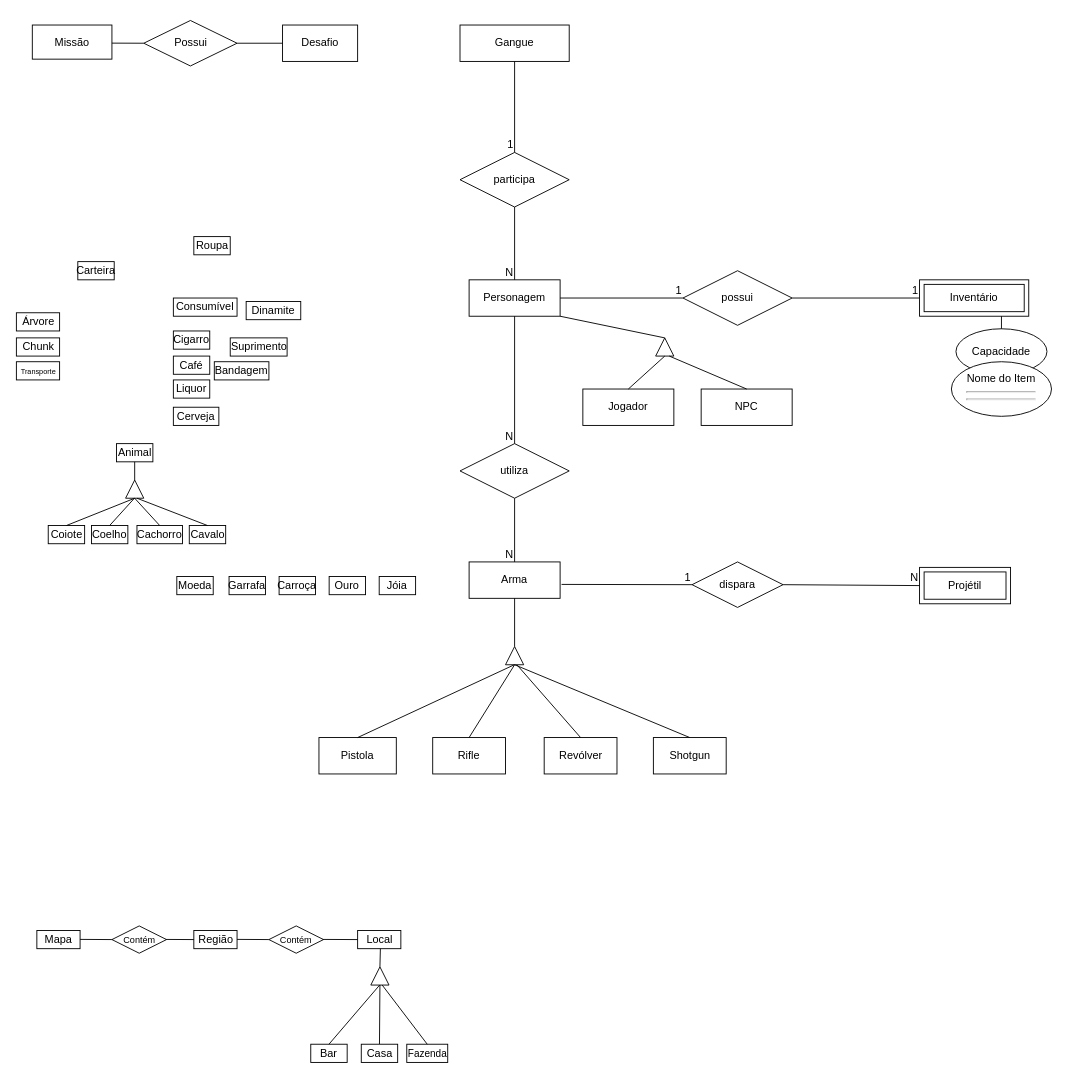
Before: assets/img/Untitled Diagram.drawio in SBD1/2024.1-Red_Dead_Redemption2, a draw.io diagram. Source tidied: cells renumbered, new cells numbered last; positions are measured from the earlier drawing's top-left corner, leaving out a move shared by most shapes. Both pictures are drawn from the tidied source at 91%, with x=0, y=0 at pixel (16, 20).
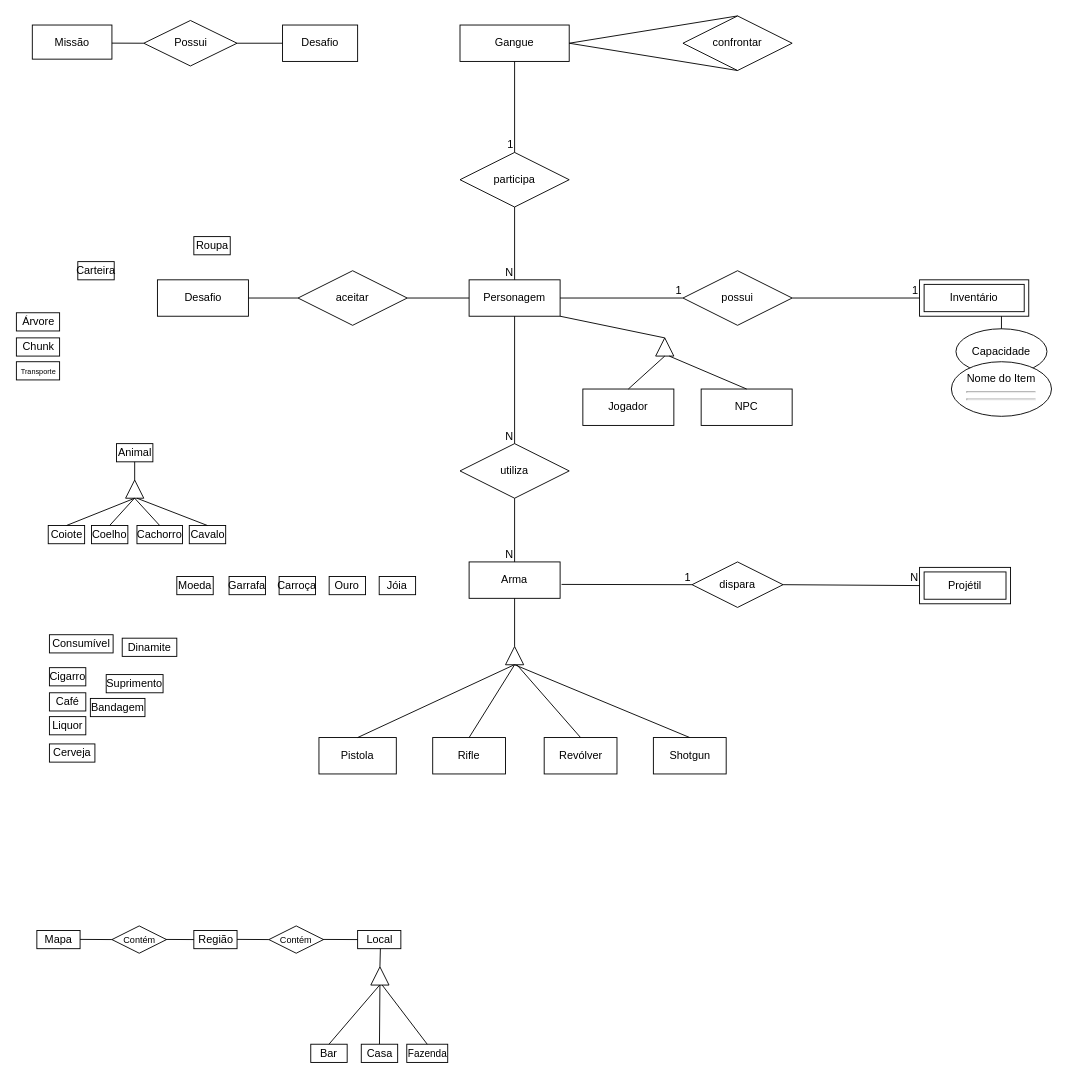
The same diagram, later.

Unchanged cells that the change refers to:
```xml
<mxCell id="27" value="Personagem" style="whiteSpace=wrap;html=1;align=center;" parent="1" vertex="1">
  <mxGeometry x="497" y="285" width="100" height="40" as="geometry" />
</mxCell>
<mxCell id="39" value="Gangue" style="whiteSpace=wrap;html=1;align=center;" parent="1" vertex="1">
  <mxGeometry x="487" y="5" width="120" height="40" as="geometry" />
</mxCell>
```

What changed in the source:
```diff
@@
     <mxCell id="6" value="Bandagem" style="whiteSpace=wrap;html=1;" parent="1" vertex="1">
-      <mxGeometry x="217" y="375" width="60" height="20" as="geometry" />
+      <mxGeometry x="80.8" y="745" width="60" height="20" as="geometry" />
     </mxCell>
@@
     <mxCell id="8" value="Dinamite" style="whiteSpace=wrap;html=1;" parent="1" vertex="1">
-      <mxGeometry x="252" y="308.8" width="60" height="20" as="geometry" />
+      <mxGeometry x="115.8" y="678.8" width="60" height="20" as="geometry" />
     </mxCell>
@@
     <mxCell id="15" value="Consumível" style="whiteSpace=wrap;html=1;" parent="1" vertex="1">
-      <mxGeometry x="172" y="305" width="70" height="20" as="geometry" />
+      <mxGeometry x="35.8" y="675" width="70" height="20" as="geometry" />
     </mxCell>
     <mxCell id="16" value="Cigarro" style="whiteSpace=wrap;html=1;" parent="1" vertex="1">
-      <mxGeometry x="172" y="341.2" width="40" height="20" as="geometry" />
+      <mxGeometry x="35.8" y="711.2" width="40" height="20" as="geometry" />
     </mxCell>
     <mxCell id="17" value="Liquor" style="whiteSpace=wrap;html=1;" parent="1" vertex="1">
-      <mxGeometry x="172" y="395" width="40" height="20" as="geometry" />
+      <mxGeometry x="35.8" y="765" width="40" height="20" as="geometry" />
     </mxCell>
     <mxCell id="18" value="Cerveja" style="whiteSpace=wrap;html=1;" parent="1" vertex="1">
-      <mxGeometry x="172" y="425" width="50" height="20" as="geometry" />
+      <mxGeometry x="35.8" y="795" width="50" height="20" as="geometry" />
     </mxCell>
     <mxCell id="19" value="Café" style="whiteSpace=wrap;html=1;" parent="1" vertex="1">
-      <mxGeometry x="172" y="368.8" width="40" height="20" as="geometry" />
+      <mxGeometry x="35.8" y="738.8" width="40" height="20" as="geometry" />
     </mxCell>
@@
     <mxCell id="24" value="Suprimento" style="whiteSpace=wrap;html=1;" parent="1" vertex="1">
-      <mxGeometry x="234.5" y="348.8" width="62.5" height="20" as="geometry" />
+      <mxGeometry x="98.2" y="718.8" width="62.5" height="20" as="geometry" />
     </mxCell>
@@
+    <mxCell id="97" value="confrontar" style="shape=rhombus;perimeter=rhombusPerimeter;whiteSpace=wrap;html=1;align=center;" parent="1" vertex="1">
+      <mxGeometry x="732" y="-5" width="120" height="60" as="geometry" />
+    </mxCell>
@@
+    <mxCell id="98" style="endArrow=none;html=1;rounded=0;exitX=1;exitY=0.5;exitDx=0;exitDy=0;entryX=0.5;entryY=0;entryDx=0;entryDy=0;" parent="1" edge="1" source="39" target="97">
+      <mxGeometry relative="1" as="geometry" />
+    </mxCell>
@@
+    <mxCell id="99" style="endArrow=none;html=1;rounded=0;exitX=1;exitY=0.5;exitDx=0;exitDy=0;entryX=0.5;entryY=1;entryDx=0;entryDy=0;" parent="1" edge="1" source="39" target="97">
+      <mxGeometry relative="1" as="geometry" />
+    </mxCell>
+    <mxCell id="100" value="Desafio" style="whiteSpace=wrap;html=1;align=center;" parent="1" vertex="1">
+      <mxGeometry x="154.5" y="285" width="100" height="40" as="geometry" />
+    </mxCell>
+    <mxCell id="101" value="aceitar" style="shape=rhombus;perimeter=rhombusPerimeter;whiteSpace=wrap;html=1;align=center;" parent="1" vertex="1">
+      <mxGeometry x="309" y="275" width="120" height="60" as="geometry" />
+    </mxCell>
+    <mxCell id="102" style="endArrow=none;html=1;rounded=0;exitX=1;exitY=0.5;exitDx=0;exitDy=0;entryX=0;entryY=0.5;entryDx=0;entryDy=0;" parent="1" edge="1" source="101" target="27">
+      <mxGeometry relative="1" as="geometry" />
+    </mxCell>
+    <mxCell id="103" style="endArrow=none;html=1;rounded=0;exitX=1;exitY=0.5;exitDx=0;exitDy=0;entryX=0;entryY=0.5;entryDx=0;entryDy=0;" parent="1" edge="1" source="100" target="101">
+      <mxGeometry relative="1" as="geometry" />
+    </mxCell>
```
